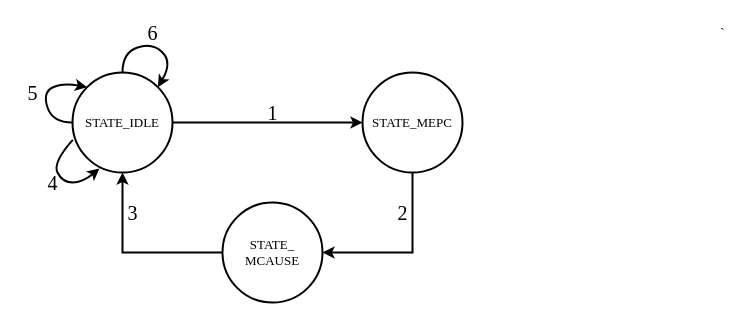
Before: page "Page-5" (5 of 5) of cpu.drawio in miaochenlu/Draw, a draw.io diagram. Source tidied: cells renumbered, new cells numbered last; positions are measured from the earlier drawing's top-left corner, leaving out a move shared by most shapes. Both pictures are drawn from the tidied source at 100%, with x=0, y=0 at pixel (17, 17).
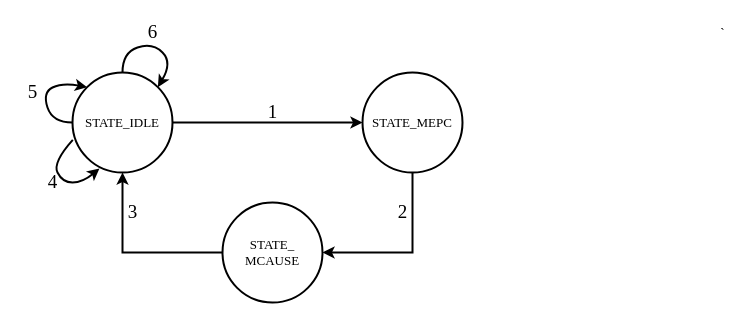
After the change.

Diff of the diagram source:
```diff
@@
-    <mxCell id="12" value="1" style="text;html=1;align=center;verticalAlign=middle;strokeColor=none;fillColor=none;fontFamily=Times New Roman;fontSize=20;" parent="1" vertex="1">
+    <mxCell id="12" value="1" style="text;html=1;align=center;verticalAlign=middle;strokeColor=none;fillColor=none;fontFamily=Times New Roman;fontSize=19;" parent="1" vertex="1">
       <mxGeometry x="240" y="80" width="30" height="30" as="geometry" />
     </mxCell>
-    <mxCell id="13" value="2" style="text;html=1;align=center;verticalAlign=middle;strokeColor=none;fillColor=none;fontFamily=Times New Roman;fontSize=20;" parent="1" vertex="1">
+    <mxCell id="13" value="2" style="text;html=1;align=center;verticalAlign=middle;strokeColor=none;fillColor=none;fontFamily=Times New Roman;fontSize=19;" parent="1" vertex="1">
       <mxGeometry x="370" y="180" width="30" height="30" as="geometry" />
     </mxCell>
-    <mxCell id="14" value="3" style="text;html=1;align=center;verticalAlign=middle;strokeColor=none;fillColor=none;fontFamily=Times New Roman;fontSize=20;" parent="1" vertex="1">
+    <mxCell id="14" value="3" style="text;html=1;align=center;verticalAlign=middle;strokeColor=none;fillColor=none;fontFamily=Times New Roman;fontSize=19;" parent="1" vertex="1">
       <mxGeometry x="100" y="180" width="30" height="30" as="geometry" />
     </mxCell>
-    <mxCell id="15" value="4" style="text;html=1;align=center;verticalAlign=middle;strokeColor=none;fillColor=none;fontFamily=Times New Roman;fontSize=20;" parent="1" vertex="1">
+    <mxCell id="15" value="4" style="text;html=1;align=center;verticalAlign=middle;strokeColor=none;fillColor=none;fontFamily=Times New Roman;fontSize=19;" parent="1" vertex="1">
       <mxGeometry x="20" y="150" width="30" height="30" as="geometry" />
     </mxCell>
-    <mxCell id="16" value="5" style="text;html=1;align=center;verticalAlign=middle;strokeColor=none;fillColor=none;fontFamily=Times New Roman;fontSize=20;" parent="1" vertex="1">
+    <mxCell id="16" value="5" style="text;html=1;align=center;verticalAlign=middle;strokeColor=none;fillColor=none;fontFamily=Times New Roman;fontSize=19;" parent="1" vertex="1">
       <mxGeometry y="60" width="30" height="30" as="geometry" />
     </mxCell>
-    <mxCell id="17" value="6" style="text;html=1;align=center;verticalAlign=middle;strokeColor=none;fillColor=none;fontFamily=Times New Roman;fontSize=20;" parent="1" vertex="1">
+    <mxCell id="17" value="6" style="text;html=1;align=center;verticalAlign=middle;strokeColor=none;fillColor=none;fontFamily=Times New Roman;fontSize=19;" parent="1" vertex="1">
       <mxGeometry x="120" width="30" height="30" as="geometry" />
     </mxCell>
```
